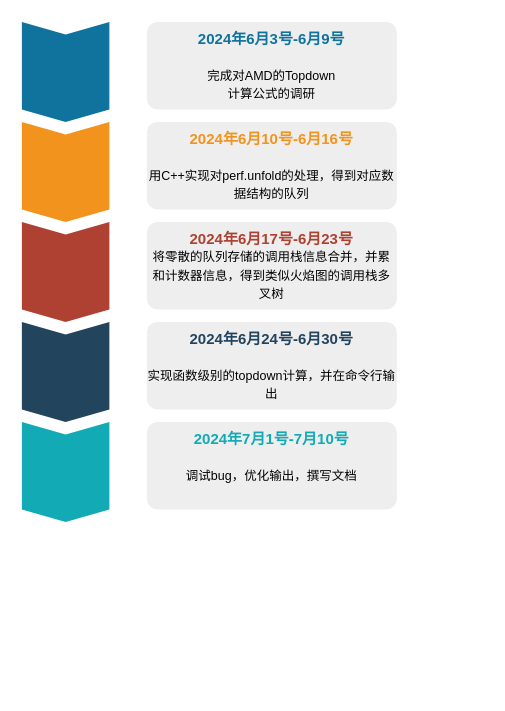
Dong-J93/_pictures keeps this draw.io diagram as 开发计划.drawio. Above is the earlier version. Source tidied: cells renumbered, new cells numbered last; positions are measured from the earlier drawing's top-left corner, leaving out a move shared by most shapes. Both pictures are drawn from the tidied source at 125%, with x=0, y=0 at pixel (21, 21).
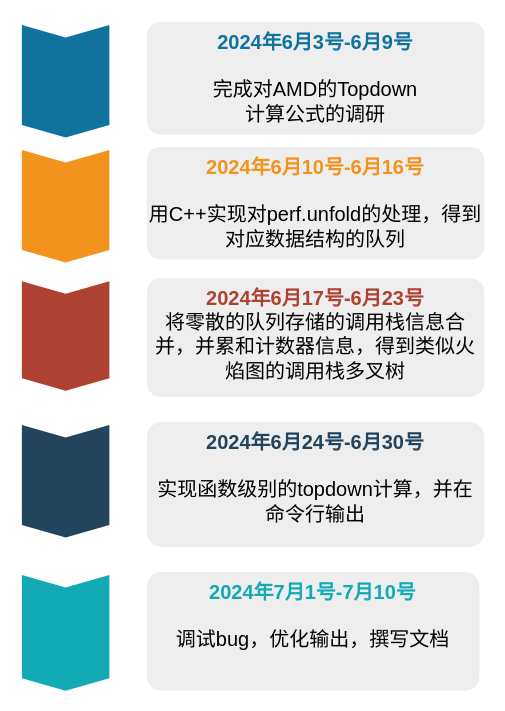
The same page after the edit.

Commit message (it also covers changes not shown here):
更新开发计划.drawio

Diff of the diagram source:
```diff
@@
 <mxGraphModel>
   <root>
     <mxCell id="0" />
     <mxCell id="1" parent="0" />
     <mxCell id="2" style="shape=step;perimeter=stepPerimeter;whiteSpace=wrap;html=1;fixedSize=1;size=10;direction=south;fillColor=#10739E;strokeColor=none;rounded=0;" parent="1" vertex="1">
-      <mxGeometry width="70" height="80" as="geometry" />
+      <mxGeometry y="2.5" width="70" height="90" as="geometry" />
     </mxCell>
     <mxCell id="3" style="shape=step;perimeter=stepPerimeter;whiteSpace=wrap;html=1;fixedSize=1;size=10;direction=south;fillColor=#F2931E;strokeColor=none;rounded=0;" parent="1" vertex="1">
-      <mxGeometry y="80" width="70" height="80" as="geometry" />
+      <mxGeometry y="102.5" width="70" height="90" as="geometry" />
     </mxCell>
     <mxCell id="4" style="shape=step;perimeter=stepPerimeter;whiteSpace=wrap;html=1;fixedSize=1;size=10;direction=south;fillColor=#AE4132;strokeColor=none;rounded=0;" parent="1" vertex="1">
-      <mxGeometry y="160" width="70" height="80" as="geometry" />
+      <mxGeometry y="207.5" width="70" height="87.5" as="geometry" />
     </mxCell>
     <mxCell id="5" style="shape=step;perimeter=stepPerimeter;whiteSpace=wrap;html=1;fixedSize=1;size=10;direction=south;fillColor=#23445D;strokeColor=none;rounded=0;" parent="1" vertex="1">
-      <mxGeometry y="240" width="70" height="80" as="geometry" />
+      <mxGeometry y="322.5" width="70" height="90" as="geometry" />
     </mxCell>
     <mxCell id="6" style="shape=step;perimeter=stepPerimeter;whiteSpace=wrap;html=1;fixedSize=1;size=10;direction=south;fillColor=#12AAB5;strokeColor=none;rounded=0;" parent="1" vertex="1">
-      <mxGeometry y="320" width="70" height="80" as="geometry" />
+      <mxGeometry y="442.5" width="70" height="92.5" as="geometry" />
     </mxCell>
-    <mxCell id="7" value="&lt;font style=&quot;font-size: 10px&quot;&gt;&lt;font style=&quot;font-size: 12px&quot; color=&quot;#10739E&quot;&gt;&lt;b&gt;2024年6月3号-6月9号&lt;/b&gt;&lt;/font&gt;&lt;br&gt;&lt;br&gt;&lt;font size=&quot;1&quot;&gt;完成对AMD的Topdown&lt;/font&gt;&lt;/font&gt;&lt;div&gt;&lt;font style=&quot;font-size: 10px&quot;&gt;&lt;font size=&quot;1&quot;&gt;计算公式的调研&lt;/font&gt;&lt;/font&gt;&lt;/div&gt;" style="rounded=1;strokeColor=none;fillColor=#EEEEEE;align=center;arcSize=12;verticalAlign=top;whiteSpace=wrap;html=1;fontSize=12;" parent="1" vertex="1">
-      <mxGeometry x="100" width="200" height="70" as="geometry" />
+    <mxCell id="7" value="&lt;font style=&quot;font-size: 16px;&quot;&gt;&lt;font style=&quot;font-size: 16px;&quot; color=&quot;#10739E&quot;&gt;&lt;b style=&quot;&quot;&gt;2024年6月3号-6月9号&lt;/b&gt;&lt;/font&gt;&lt;br&gt;&lt;br&gt;完成对AMD的Topdown&lt;/font&gt;&lt;div style=&quot;font-size: 16px;&quot;&gt;&lt;font style=&quot;font-size: 16px;&quot;&gt;&lt;font style=&quot;font-size: 16px;&quot;&gt;计算公式的调研&lt;/font&gt;&lt;/font&gt;&lt;/div&gt;" style="rounded=1;strokeColor=none;fillColor=#EEEEEE;align=center;arcSize=12;verticalAlign=top;whiteSpace=wrap;html=1;fontSize=12;" parent="1" vertex="1">
+      <mxGeometry x="100" width="270" height="90" as="geometry" />
     </mxCell>
-    <mxCell id="8" value="&lt;font style=&quot;&quot;&gt;&lt;font style=&quot;font-size: 12px;&quot; color=&quot;#F2931E&quot;&gt;&lt;b&gt;2024年6月10号-6月16号&lt;/b&gt;&lt;/font&gt;&lt;br&gt;&lt;br&gt;&lt;font size=&quot;1&quot;&gt;用C++实现对perf.unfold的处理，得到对应数据结构的队列&lt;/font&gt;&lt;/font&gt;" style="rounded=1;strokeColor=none;fillColor=#EEEEEE;align=center;arcSize=12;verticalAlign=top;whiteSpace=wrap;html=1;fontSize=12;" parent="1" vertex="1">
-      <mxGeometry x="100" y="80" width="200" height="70" as="geometry" />
+    <mxCell id="8" value="&lt;font style=&quot;font-size: 16px;&quot;&gt;&lt;font style=&quot;font-size: 16px;&quot; color=&quot;#F2931E&quot;&gt;&lt;b&gt;2024年6月10号-6月16号&lt;/b&gt;&lt;/font&gt;&lt;br&gt;&lt;br&gt;&lt;font style=&quot;font-size: 16px;&quot;&gt;用C++实现对perf.unfold的处理，得到对应数据结构的队列&lt;/font&gt;&lt;/font&gt;" style="rounded=1;strokeColor=none;fillColor=#EEEEEE;align=center;arcSize=12;verticalAlign=top;whiteSpace=wrap;html=1;fontSize=12;" parent="1" vertex="1">
+      <mxGeometry x="100" y="100" width="270" height="90" as="geometry" />
     </mxCell>
-    <mxCell id="9" value="&lt;font style=&quot;&quot;&gt;&lt;font style=&quot;font-size: 12px;&quot; color=&quot;#AE4132&quot;&gt;&lt;b&gt;2024年6月17号-6月23号&lt;/b&gt;&lt;/font&gt;&lt;br&gt;&lt;font size=&quot;1&quot;&gt;将零散的队列存储的调用栈信息合并，并累和计数器信息，得到类似火焰图的调用栈多叉树&lt;/font&gt;&lt;/font&gt;" style="rounded=1;strokeColor=none;fillColor=#EEEEEE;align=center;arcSize=12;verticalAlign=top;whiteSpace=wrap;html=1;fontSize=12;" parent="1" vertex="1">
-      <mxGeometry x="100" y="160" width="200" height="70" as="geometry" />
+    <mxCell id="9" value="&lt;font style=&quot;font-size: 16px;&quot;&gt;&lt;font style=&quot;font-size: 16px;&quot; color=&quot;#AE4132&quot;&gt;&lt;b&gt;2024年6月17号-6月23号&lt;/b&gt;&lt;/font&gt;&lt;br&gt;&lt;font style=&quot;font-size: 16px;&quot;&gt;将零散的队列存储的调用栈信息合并，并累和计数器信息，得到类似火焰图的调用栈多叉树&lt;/font&gt;&lt;/font&gt;" style="rounded=1;strokeColor=none;fillColor=#EEEEEE;align=center;arcSize=12;verticalAlign=top;whiteSpace=wrap;html=1;fontSize=12;" parent="1" vertex="1">
+      <mxGeometry x="100" y="205" width="270" height="95" as="geometry" />
     </mxCell>
-    <mxCell id="10" value="&lt;font style=&quot;&quot;&gt;&lt;font style=&quot;font-size: 12px;&quot; color=&quot;#23445D&quot;&gt;&lt;b&gt;2024年6月24号-6月30号&lt;/b&gt;&lt;/font&gt;&lt;br&gt;&lt;br&gt;&lt;font size=&quot;1&quot;&gt;实现函数级别的topdown计算，并在命令行输出&lt;/font&gt;&lt;/font&gt;" style="rounded=1;strokeColor=none;fillColor=#EEEEEE;align=center;arcSize=12;verticalAlign=top;whiteSpace=wrap;html=1;fontSize=12;" parent="1" vertex="1">
-      <mxGeometry x="100" y="240" width="200" height="70" as="geometry" />
+    <mxCell id="10" value="&lt;font style=&quot;font-size: 16px;&quot;&gt;&lt;font style=&quot;font-size: 16px;&quot; color=&quot;#23445D&quot;&gt;&lt;b&gt;2024年6月24号-6月30号&lt;/b&gt;&lt;/font&gt;&lt;br&gt;&lt;br&gt;&lt;font style=&quot;font-size: 16px;&quot;&gt;实现函数级别的topdown计算，并在命令行输出&lt;/font&gt;&lt;/font&gt;" style="rounded=1;strokeColor=none;fillColor=#EEEEEE;align=center;arcSize=12;verticalAlign=top;whiteSpace=wrap;html=1;fontSize=12;" parent="1" vertex="1">
+      <mxGeometry x="100" y="320" width="270" height="100" as="geometry" />
     </mxCell>
-    <mxCell id="11" value="&lt;font style=&quot;font-size: 10px&quot;&gt;&lt;font style=&quot;font-size: 12px&quot; color=&quot;#12AAB5&quot;&gt;&lt;b&gt;2024年7月1号-7月10号&lt;/b&gt;&lt;/font&gt;&lt;br&gt;&lt;br&gt;&lt;font size=&quot;1&quot;&gt;调试bug，优化输出，撰写文档&lt;/font&gt;&lt;/font&gt;" style="rounded=1;strokeColor=none;fillColor=#EEEEEE;align=center;arcSize=12;verticalAlign=top;whiteSpace=wrap;html=1;fontSize=12;" parent="1" vertex="1">
-      <mxGeometry x="100" y="320" width="200" height="70" as="geometry" />
+    <mxCell id="11" value="&lt;font style=&quot;font-size: 16px;&quot;&gt;&lt;font style=&quot;font-size: 16px;&quot; color=&quot;#12AAB5&quot;&gt;&lt;b&gt;2024年7月1号-7月10号&lt;/b&gt;&lt;/font&gt;&lt;br&gt;&lt;br&gt;&lt;font style=&quot;font-size: 16px;&quot;&gt;调试bug，优化输出，撰写文档&lt;/font&gt;&lt;/font&gt;" style="rounded=1;strokeColor=none;fillColor=#EEEEEE;align=center;arcSize=12;verticalAlign=top;whiteSpace=wrap;html=1;fontSize=12;" parent="1" vertex="1">
+      <mxGeometry x="100" y="440" width="266" height="95" as="geometry" />
     </mxCell>
   </root>
 </mxGraphModel>
```
